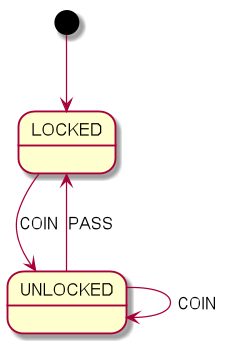
Above: turnstile.png in open-jumpco/kfsm-viz (PlantUML), before the change.
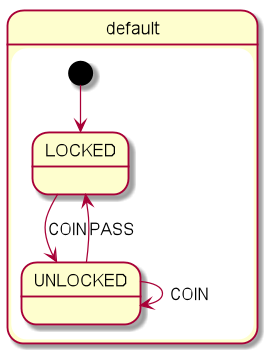
Above is the later version.

Change to the diagram source:
```diff
@@ -1,6 +1,8 @@
 @startuml
-[*] --> LOCKED
-LOCKED --> UNLOCKED : COIN
-UNLOCKED --> LOCKED : PASS
-UNLOCKED --> UNLOCKED : COIN
+state default {
+  [*] --> LOCKED
+  LOCKED --> UNLOCKED : COIN
+  UNLOCKED --> LOCKED : PASS
+  UNLOCKED --> UNLOCKED : COIN
+}
 @enduml
```
